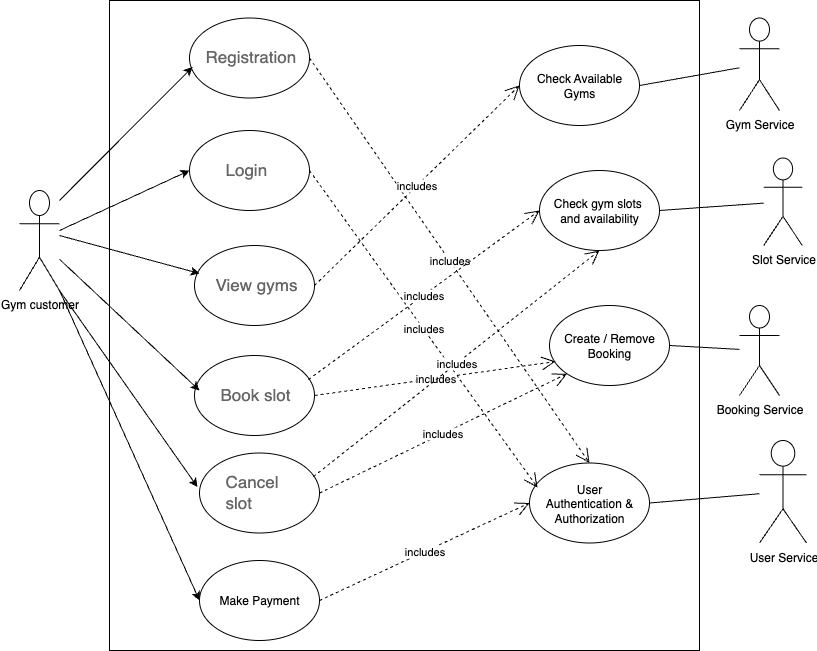
ihita2812/JEDI-Flipkart-Development-Group-B keeps this draw.io diagram as UML-Artifacts/Flipfit-Usecase-Diagrams/gym-customer-UC.drawio.png. Above is the earlier version. Source tidied: cells renumbered, new cells last; positions are measured from the earlier drawing's top-left corner, leaving out a move shared by most shapes. Source of this version:
```xml
<mxGraphModel>
  <root>
    <mxCell id="0" />
    <mxCell id="1" parent="0" />
    <mxCell id="2" style="html=1;whiteSpace=wrap;" parent="1" vertex="1">
      <mxGeometry x="90" width="590" height="650" as="geometry" />
    </mxCell>
    <mxCell id="3" value="Gym customer" style="shape=umlActor;verticalLabelPosition=bottom;verticalAlign=top;html=1;outlineConnect=0;" parent="1" vertex="1">
      <mxGeometry y="190" width="40" height="100" as="geometry" />
    </mxCell>
    <mxCell id="4" style="ellipse;whiteSpace=wrap;html=1;" parent="1" vertex="1">
      <mxGeometry x="170" y="17.5" width="120" height="80" as="geometry" />
    </mxCell>
    <mxCell id="5" value="Registration" style="strokeWidth=1;shadow=0;dashed=0;align=center;html=1;shape=mxgraph.mockup.text.textBox;fontColor=#666666;align=left;fontSize=17;spacingLeft=4;spacingTop=-3;whiteSpace=wrap;strokeColor=none;mainText=;" parent="1" vertex="1">
      <mxGeometry x="180" y="45" width="80" height="25" as="geometry" />
    </mxCell>
    <mxCell id="6" style="ellipse;whiteSpace=wrap;html=1;" parent="1" vertex="1">
      <mxGeometry x="170" y="130" width="120" height="80" as="geometry" />
    </mxCell>
    <mxCell id="7" style="ellipse;whiteSpace=wrap;html=1;" parent="1" vertex="1">
      <mxGeometry x="175" y="245" width="120" height="80" as="geometry" />
    </mxCell>
    <mxCell id="8" style="ellipse;whiteSpace=wrap;html=1;" parent="1" vertex="1">
      <mxGeometry x="175" y="355" width="120" height="80" as="geometry" />
    </mxCell>
    <mxCell id="9" value="Login" style="strokeWidth=1;shadow=0;dashed=0;align=center;html=1;shape=mxgraph.mockup.text.textBox;fontColor=#666666;align=left;fontSize=17;spacingLeft=4;spacingTop=-3;whiteSpace=wrap;strokeColor=none;mainText=;" parent="1" vertex="1">
      <mxGeometry x="200" y="157.5" width="60" height="25" as="geometry" />
    </mxCell>
    <mxCell id="10" value="View gyms" style="strokeWidth=1;shadow=0;dashed=0;align=center;html=1;shape=mxgraph.mockup.text.textBox;fontColor=#666666;align=left;fontSize=17;spacingLeft=4;spacingTop=-3;whiteSpace=wrap;strokeColor=none;mainText=;" parent="1" vertex="1">
      <mxGeometry x="190" y="272.5" width="90" height="25" as="geometry" />
    </mxCell>
    <mxCell id="11" value="Book slot" style="strokeWidth=1;shadow=0;dashed=0;align=center;html=1;shape=mxgraph.mockup.text.textBox;fontColor=#666666;align=left;fontSize=17;spacingLeft=4;spacingTop=-3;whiteSpace=wrap;strokeColor=none;mainText=;" parent="1" vertex="1">
      <mxGeometry x="195" y="380" width="90" height="30" as="geometry" />
    </mxCell>
    <mxCell id="12" style="endArrow=classic;html=1;rounded=0;entryX=0.042;entryY=0.35;entryDx=0;entryDy=0;entryPerimeter=0;" parent="1" edge="1" target="7">
      <mxGeometry relative="1" as="geometry">
        <mxPoint x="40" y="235" as="sourcePoint" />
      </mxGeometry>
    </mxCell>
    <mxCell id="13" style="endArrow=classic;html=1;rounded=0;entryX=0.025;entryY=0.613;entryDx=0;entryDy=0;entryPerimeter=0;" parent="1" edge="1" target="4">
      <mxGeometry relative="1" as="geometry">
        <mxPoint x="40" y="200" as="sourcePoint" />
      </mxGeometry>
    </mxCell>
    <mxCell id="14" style="endArrow=classic;html=1;rounded=0;entryX=0;entryY=0.5;entryDx=0;entryDy=0;" parent="1" edge="1" target="6">
      <mxGeometry relative="1" as="geometry">
        <mxPoint x="40" y="230" as="sourcePoint" />
      </mxGeometry>
    </mxCell>
    <mxCell id="15" style="endArrow=classic;html=1;rounded=0;" parent="1" edge="1" source="3">
      <mxGeometry relative="1" as="geometry">
        <mxPoint x="180" y="390" as="targetPoint" />
      </mxGeometry>
    </mxCell>
    <mxCell id="16" style="ellipse;whiteSpace=wrap;html=1;" parent="1" vertex="1">
      <mxGeometry x="180" y="452.5" width="120" height="80" as="geometry" />
    </mxCell>
    <mxCell id="17" value="Cancel slot" style="strokeWidth=1;shadow=0;dashed=0;align=center;html=1;shape=mxgraph.mockup.text.textBox;fontColor=#666666;align=left;fontSize=17;spacingLeft=4;spacingTop=-3;whiteSpace=wrap;strokeColor=none;mainText=;" parent="1" vertex="1">
      <mxGeometry x="200" y="480" width="80" height="25" as="geometry" />
    </mxCell>
    <mxCell id="18" style="endArrow=classic;html=1;rounded=0;entryX=-0.017;entryY=0.425;entryDx=0;entryDy=0;entryPerimeter=0;exitX=1;exitY=1;exitDx=0;exitDy=0;exitPerimeter=0;" parent="1" edge="1" source="3" target="16">
      <mxGeometry relative="1" as="geometry" />
    </mxCell>
    <mxCell id="19" value="User&lt;span style=&quot;background-color: transparent; color: light-dark(rgb(0, 0, 0), rgb(255, 255, 255));&quot;&gt;&amp;nbsp;Service&lt;/span&gt;" style="shape=umlActor;verticalLabelPosition=bottom;verticalAlign=top;html=1;outlineConnect=0;" parent="1" vertex="1">
      <mxGeometry x="740" y="440" width="47" height="102.5" as="geometry" />
    </mxCell>
    <mxCell id="20" value="Gym Service" style="shape=umlActor;verticalLabelPosition=bottom;verticalAlign=top;html=1;outlineConnect=0;" parent="1" vertex="1">
      <mxGeometry x="720" y="17.5" width="40" height="92.5" as="geometry" />
    </mxCell>
    <mxCell id="21" value="User&lt;div&gt;Authentication &amp;amp; Authorization&lt;/div&gt;" style="ellipse;whiteSpace=wrap;html=1;" parent="1" vertex="1">
      <mxGeometry x="510" y="462.5" width="120" height="80" as="geometry" />
    </mxCell>
    <mxCell id="22" value="Slot Service" style="shape=umlActor;verticalLabelPosition=bottom;verticalAlign=top;html=1;outlineConnect=0;" parent="1" vertex="1">
      <mxGeometry x="744.2" y="157.5" width="38.5" height="87.5" as="geometry" />
    </mxCell>
    <mxCell id="23" value="Booking Service" style="shape=umlActor;verticalLabelPosition=bottom;verticalAlign=top;html=1;outlineConnect=0;" parent="1" vertex="1">
      <mxGeometry x="720" y="305" width="40" height="90" as="geometry" />
    </mxCell>
    <mxCell id="24" style="endArrow=none;html=1;rounded=0;exitX=1;exitY=0.5;exitDx=0;exitDy=0;" parent="1" edge="1" source="21" target="19">
      <mxGeometry relative="1" as="geometry" />
    </mxCell>
    <mxCell id="25" value="Make Payment" style="ellipse;whiteSpace=wrap;html=1;" parent="1" vertex="1">
      <mxGeometry x="180" y="560" width="120" height="80" as="geometry" />
    </mxCell>
    <mxCell id="26" style="endArrow=classic;html=1;rounded=0;exitX=1;exitY=1;exitDx=0;exitDy=0;exitPerimeter=0;entryX=0;entryY=0.5;entryDx=0;entryDy=0;" parent="1" edge="1" source="3" target="25">
      <mxGeometry relative="1" as="geometry" />
    </mxCell>
    <mxCell id="27" value="Check Available Gyms" style="ellipse;whiteSpace=wrap;html=1;" parent="1" vertex="1">
      <mxGeometry x="500" y="45" width="120" height="80" as="geometry" />
    </mxCell>
    <mxCell id="28" value="Check gym slots&amp;nbsp;&lt;div&gt;and availability&lt;/div&gt;" style="ellipse;whiteSpace=wrap;html=1;" parent="1" vertex="1">
      <mxGeometry x="520" y="170" width="120" height="80" as="geometry" />
    </mxCell>
    <mxCell id="29" value="Create / Remove&lt;div&gt;Booking&lt;/div&gt;" style="ellipse;whiteSpace=wrap;html=1;" parent="1" vertex="1">
      <mxGeometry x="530" y="305" width="120" height="80" as="geometry" />
    </mxCell>
    <mxCell id="30" style="endArrow=none;html=1;rounded=0;exitX=1;exitY=0.5;exitDx=0;exitDy=0;" parent="1" edge="1" source="27" target="20">
      <mxGeometry relative="1" as="geometry" />
    </mxCell>
    <mxCell id="31" style="endArrow=none;html=1;rounded=0;exitX=1;exitY=0.5;exitDx=0;exitDy=0;" parent="1" edge="1" source="28" target="22">
      <mxGeometry relative="1" as="geometry" />
    </mxCell>
    <mxCell id="32" style="endArrow=none;html=1;rounded=0;exitX=1;exitY=0.5;exitDx=0;exitDy=0;" parent="1" edge="1" source="29" target="23">
      <mxGeometry relative="1" as="geometry" />
    </mxCell>
    <mxCell id="33" value="includes" style="endArrow=open;endSize=12;dashed=1;html=1;rounded=0;exitX=1;exitY=0.5;exitDx=0;exitDy=0;entryX=0.5;entryY=0;entryDx=0;entryDy=0;" parent="1" edge="1" source="4" target="21">
      <mxGeometry relative="1" as="geometry" />
    </mxCell>
    <mxCell id="34" value="includes" style="endArrow=open;endSize=12;dashed=1;html=1;rounded=0;exitX=1;exitY=0.5;exitDx=0;exitDy=0;entryX=0.067;entryY=0.306;entryDx=0;entryDy=0;entryPerimeter=0;" parent="1" edge="1" source="6" target="21">
      <mxGeometry relative="1" as="geometry" />
    </mxCell>
    <mxCell id="35" value="includes" style="endArrow=open;endSize=12;dashed=1;html=1;rounded=0;exitX=1;exitY=0.5;exitDx=0;exitDy=0;entryX=0;entryY=0.5;entryDx=0;entryDy=0;" parent="1" edge="1" source="7" target="27">
      <mxGeometry relative="1" as="geometry" />
    </mxCell>
    <mxCell id="36" value="includes" style="endArrow=open;endSize=12;dashed=1;html=1;rounded=0;exitX=0.95;exitY=0.3;exitDx=0;exitDy=0;entryX=0;entryY=0.5;entryDx=0;entryDy=0;exitPerimeter=0;" parent="1" edge="1" source="8" target="28">
      <mxGeometry relative="1" as="geometry" />
    </mxCell>
    <mxCell id="37" value="includes" style="endArrow=open;endSize=12;dashed=1;html=1;rounded=0;exitX=1;exitY=0.5;exitDx=0;exitDy=0;entryX=0.05;entryY=0.7;entryDx=0;entryDy=0;entryPerimeter=0;" parent="1" edge="1" source="8" target="29">
      <mxGeometry relative="1" as="geometry" />
    </mxCell>
    <mxCell id="38" value="includes" style="endArrow=open;endSize=12;dashed=1;html=1;rounded=0;exitX=0.95;exitY=0.294;exitDx=0;exitDy=0;entryX=0.5;entryY=1;entryDx=0;entryDy=0;exitPerimeter=0;" parent="1" edge="1" source="16" target="28">
      <mxGeometry relative="1" as="geometry" />
    </mxCell>
    <mxCell id="39" value="includes" style="endArrow=open;endSize=12;dashed=1;html=1;rounded=0;exitX=1;exitY=0.5;exitDx=0;exitDy=0;entryX=0;entryY=1;entryDx=0;entryDy=0;" parent="1" edge="1" source="16" target="29">
      <mxGeometry relative="1" as="geometry" />
    </mxCell>
    <mxCell id="40" value="includes" style="endArrow=open;endSize=12;dashed=1;html=1;rounded=0;exitX=1;exitY=0.5;exitDx=0;exitDy=0;entryX=0;entryY=0.5;entryDx=0;entryDy=0;" parent="1" edge="1" source="25" target="21">
      <mxGeometry relative="1" as="geometry" />
    </mxCell>
  </root>
</mxGraphModel>
```
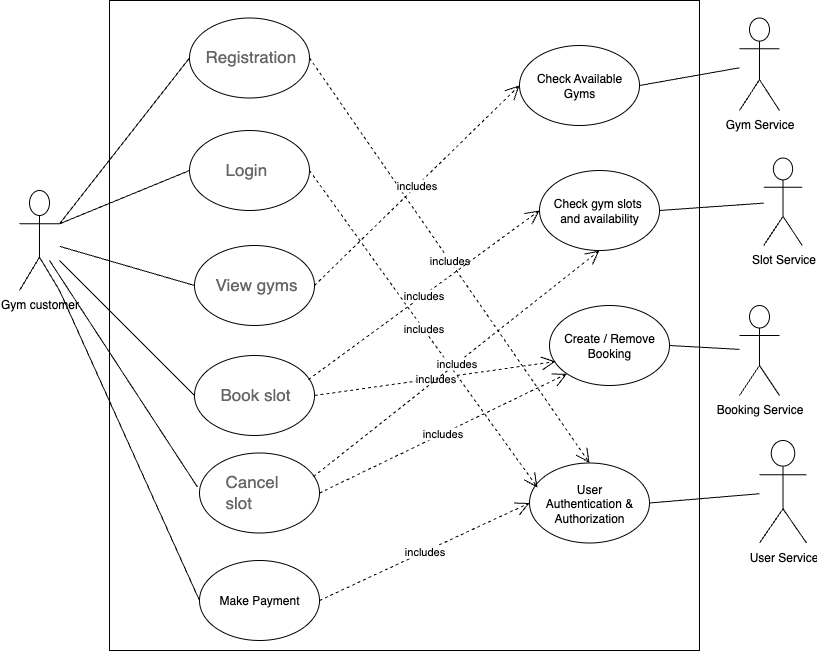
Later version of the same file.

Change to the diagram source:
```diff
@@ -32,34 +32,16 @@
     <mxCell id="11" value="Book slot" style="strokeWidth=1;shadow=0;dashed=0;align=center;html=1;shape=mxgraph.mockup.text.textBox;fontColor=#666666;align=left;fontSize=17;spacingLeft=4;spacingTop=-3;whiteSpace=wrap;strokeColor=none;mainText=;" parent="1" vertex="1">
       <mxGeometry x="195" y="380" width="90" height="30" as="geometry" />
     </mxCell>
-    <mxCell id="12" style="endArrow=classic;html=1;rounded=0;entryX=0.042;entryY=0.35;entryDx=0;entryDy=0;entryPerimeter=0;" parent="1" edge="1" target="7">
-      <mxGeometry relative="1" as="geometry">
-        <mxPoint x="40" y="235" as="sourcePoint" />
-      </mxGeometry>
-    </mxCell>
-    <mxCell id="13" style="endArrow=classic;html=1;rounded=0;entryX=0.025;entryY=0.613;entryDx=0;entryDy=0;entryPerimeter=0;" parent="1" edge="1" target="4">
-      <mxGeometry relative="1" as="geometry">
-        <mxPoint x="40" y="200" as="sourcePoint" />
-      </mxGeometry>
-    </mxCell>
-    <mxCell id="14" style="endArrow=classic;html=1;rounded=0;entryX=0;entryY=0.5;entryDx=0;entryDy=0;" parent="1" edge="1" target="6">
-      <mxGeometry relative="1" as="geometry">
-        <mxPoint x="40" y="230" as="sourcePoint" />
-      </mxGeometry>
-    </mxCell>
-    <mxCell id="15" style="endArrow=classic;html=1;rounded=0;" parent="1" edge="1" source="3">
-      <mxGeometry relative="1" as="geometry">
-        <mxPoint x="180" y="390" as="targetPoint" />
-      </mxGeometry>
-    </mxCell>
     <mxCell id="16" style="ellipse;whiteSpace=wrap;html=1;" parent="1" vertex="1">
       <mxGeometry x="180" y="452.5" width="120" height="80" as="geometry" />
     </mxCell>
     <mxCell id="17" value="Cancel slot" style="strokeWidth=1;shadow=0;dashed=0;align=center;html=1;shape=mxgraph.mockup.text.textBox;fontColor=#666666;align=left;fontSize=17;spacingLeft=4;spacingTop=-3;whiteSpace=wrap;strokeColor=none;mainText=;" parent="1" vertex="1">
       <mxGeometry x="200" y="480" width="80" height="25" as="geometry" />
     </mxCell>
-    <mxCell id="18" style="endArrow=classic;html=1;rounded=0;entryX=-0.017;entryY=0.425;entryDx=0;entryDy=0;entryPerimeter=0;exitX=1;exitY=1;exitDx=0;exitDy=0;exitPerimeter=0;" parent="1" edge="1" source="3" target="16">
-      <mxGeometry relative="1" as="geometry" />
+    <mxCell id="18" style="endArrow=none;html=1;rounded=0;entryX=-0.017;entryY=0.425;entryDx=0;entryDy=0;entryPerimeter=0;endFill=0;" parent="1" edge="1" target="16">
+      <mxGeometry relative="1" as="geometry">
+        <mxPoint x="30" y="260" as="sourcePoint" />
+      </mxGeometry>
     </mxCell>
     <mxCell id="19" value="User&lt;span style=&quot;background-color: transparent; color: light-dark(rgb(0, 0, 0), rgb(255, 255, 255));&quot;&gt;&amp;nbsp;Service&lt;/span&gt;" style="shape=umlActor;verticalLabelPosition=bottom;verticalAlign=top;html=1;outlineConnect=0;" parent="1" vertex="1">
       <mxGeometry x="740" y="440" width="47" height="102.5" as="geometry" />
@@ -82,7 +64,7 @@
     <mxCell id="25" value="Make Payment" style="ellipse;whiteSpace=wrap;html=1;" parent="1" vertex="1">
       <mxGeometry x="180" y="560" width="120" height="80" as="geometry" />
     </mxCell>
-    <mxCell id="26" style="endArrow=classic;html=1;rounded=0;exitX=1;exitY=1;exitDx=0;exitDy=0;exitPerimeter=0;entryX=0;entryY=0.5;entryDx=0;entryDy=0;" parent="1" edge="1" source="3" target="25">
+    <mxCell id="26" style="endArrow=none;html=1;rounded=0;exitX=1;exitY=1;exitDx=0;exitDy=0;exitPerimeter=0;entryX=0;entryY=0.5;entryDx=0;entryDy=0;endFill=0;" parent="1" edge="1" source="3" target="25">
       <mxGeometry relative="1" as="geometry" />
     </mxCell>
     <mxCell id="27" value="Check Available Gyms" style="ellipse;whiteSpace=wrap;html=1;" parent="1" vertex="1">
@@ -127,5 +109,17 @@
     <mxCell id="40" value="includes" style="endArrow=open;endSize=12;dashed=1;html=1;rounded=0;exitX=1;exitY=0.5;exitDx=0;exitDy=0;entryX=0;entryY=0.5;entryDx=0;entryDy=0;" parent="1" edge="1" source="25" target="21">
       <mxGeometry relative="1" as="geometry" />
     </mxCell>
+    <mxCell id="41" style="endArrow=none;html=1;rounded=0;exitX=1;exitY=0.3333333333333333;exitDx=0;exitDy=0;exitPerimeter=0;entryX=0;entryY=0.5;entryDx=0;entryDy=0;endFill=0;" parent="1" edge="1" source="3" target="4">
+      <mxGeometry relative="1" as="geometry" />
+    </mxCell>
+    <mxCell id="42" style="endArrow=none;html=1;rounded=0;exitX=1;exitY=0.3333333333333333;exitDx=0;exitDy=0;exitPerimeter=0;entryX=0;entryY=0.5;entryDx=0;entryDy=0;endFill=0;" parent="1" edge="1" source="3" target="6">
+      <mxGeometry relative="1" as="geometry" />
+    </mxCell>
+    <mxCell id="43" style="endArrow=none;html=1;rounded=0;entryX=0;entryY=0.5;entryDx=0;entryDy=0;endFill=0;" parent="1" edge="1" source="3" target="7">
+      <mxGeometry relative="1" as="geometry" />
+    </mxCell>
+    <mxCell id="44" style="endArrow=none;html=1;rounded=0;entryX=0;entryY=0.5;entryDx=0;entryDy=0;endFill=0;" parent="1" edge="1" source="3" target="8">
+      <mxGeometry relative="1" as="geometry" />
+    </mxCell>
   </root>
 </mxGraphModel>
```
